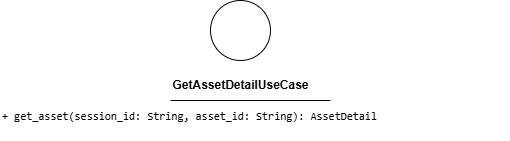
GroupRubberDuck/Documentazione keeps this draw.io diagram as src/PB/DocumentazioneEsterna/Specifica_Tecnica/content/uml/png/GetAssetDetail/GetAssetDetailUseCase.png. Above is the earlier version. Source tidied: cells renumbered, new cells last; positions are measured from the earlier drawing's top-left corner, leaving out a move shared by most shapes.
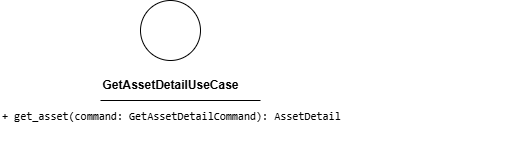
The same file after the commit.

Change to the diagram source:
```diff
@@ -17,8 +17,8 @@
         </Array>
       </mxGeometry>
     </mxCell>
-    <mxCell id="5" value="&lt;div style=&quot;font-family: Consolas, &amp;quot;Courier New&amp;quot;, monospace; font-weight: normal; line-height: 19px; white-space: pre;&quot;&gt;&lt;div style=&quot;&quot;&gt;&lt;span style=&quot;background-color: rgb(255, 255, 255);&quot;&gt;&lt;font style=&quot;color: rgb(0, 0, 0); font-size: 11px;&quot;&gt;+ get_asset(session_id: String, asset_id: String): AssetDetail&lt;/font&gt;&lt;/span&gt;&lt;/div&gt;&lt;/div&gt;" style="text;whiteSpace=wrap;html=1;" parent="1" vertex="1">
-      <mxGeometry y="100" width="510" height="40" as="geometry" />
+    <mxCell id="5" value="&lt;div style=&quot;font-family: Consolas, &amp;quot;Courier New&amp;quot;, monospace; font-weight: normal; line-height: 19px; white-space: pre;&quot;&gt;&lt;div style=&quot;&quot;&gt;&lt;span style=&quot;background-color: rgb(255, 255, 255);&quot;&gt;&lt;font style=&quot;color: rgb(0, 0, 0); font-size: 11px;&quot;&gt;+ get_asset(command: GetAssetDetailCommand): AssetDetail&lt;/font&gt;&lt;/span&gt;&lt;/div&gt;&lt;/div&gt;" style="text;whiteSpace=wrap;html=1;" parent="1" vertex="1">
+      <mxGeometry x="70" y="100" width="510" height="40" as="geometry" />
     </mxCell>
   </root>
 </mxGraphModel>
```
